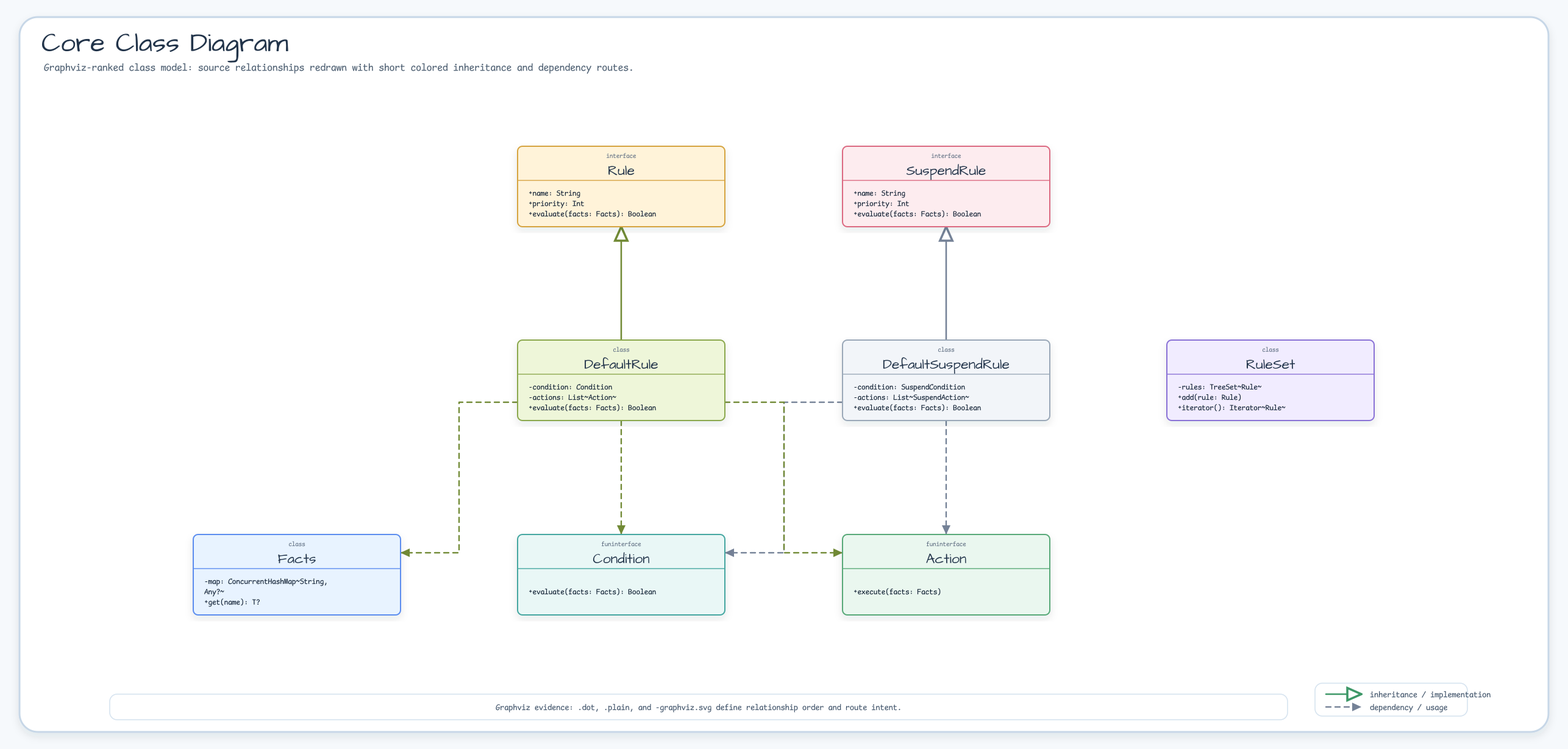
The Graphviz diagram docs/images/readme-diagrams/utils-rule-engine-diagram-02.png in bluetape4k/bluetape4k-projects, before a commit. Its source is kept beside it as docs/images/readme-diagrams/utils-rule-engine-diagram-02.dot.
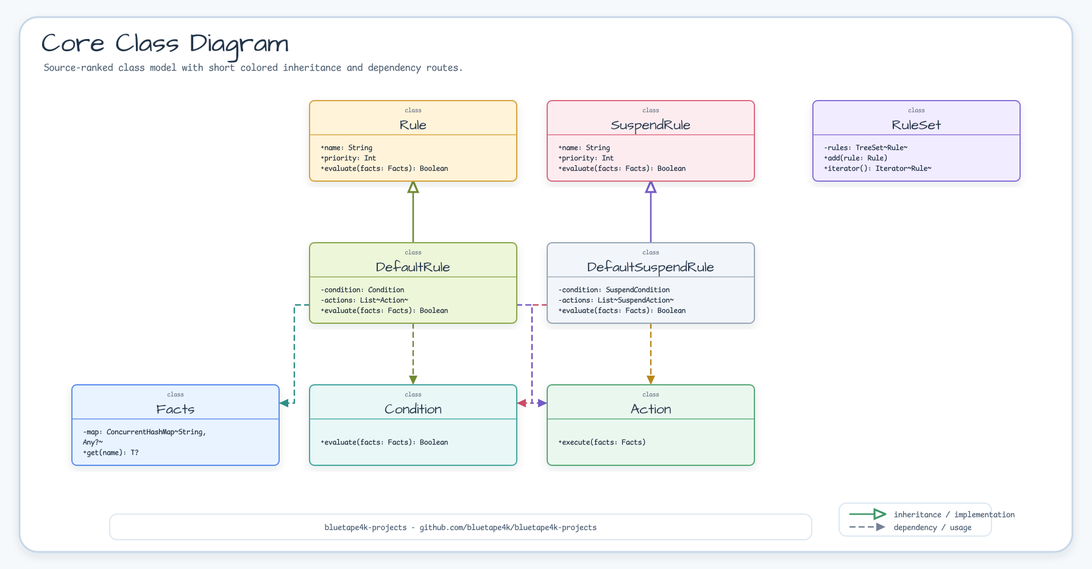
After the commit.

The edit, as a diff of the source:
```diff
@@ -10,12 +10,11 @@
   RuleSet [label="RuleSet", fillcolor="#F1ECFF", color="#8A72D6"];
   DefaultRule [label="DefaultRule", fillcolor="#EEF6D9", color="#8BA84D"];
   DefaultSuspendRule [label="DefaultSuspendRule", fillcolor="#F2F5F9", color="#9AA8B8"];
-  { rank=source; Rule; SuspendRule; }
-  DefaultRule -> Facts [color="#718A35", fontcolor="#718A35", style="dashed", arrowhead="none", weight=2];
-  DefaultSuspendRule -> Action [color="#758297", fontcolor="#758297", style="dashed", arrowhead="none", weight=2];
-  DefaultSuspendRule -> Condition [color="#758297", fontcolor="#758297", style="dashed", arrowhead="none", weight=2];
-  DefaultRule -> Action [color="#718A35", fontcolor="#718A35", style="dashed", arrowhead="none", weight=2];
+  DefaultRule -> Facts [color="#2E8F89", fontcolor="#2E8F89", style="dashed", arrowhead="none", weight=2];
+  DefaultSuspendRule -> Action [color="#B9851B", fontcolor="#B9851B", style="dashed", arrowhead="none", weight=2];
+  DefaultSuspendRule -> Condition [color="#C94D68", fontcolor="#C94D68", style="dashed", arrowhead="none", weight=2];
+  DefaultRule -> Action [color="#755BC6", fontcolor="#755BC6", style="dashed", arrowhead="none", weight=2];
   DefaultRule -> Condition [color="#718A35", fontcolor="#718A35", style="dashed", arrowhead="none", weight=2];
-  SuspendRule -> DefaultSuspendRule [color="#758297", fontcolor="#758297", style="solid", arrowhead="none", weight=10];
+  SuspendRule -> DefaultSuspendRule [color="#755BC6", fontcolor="#755BC6", style="solid", arrowhead="none", weight=10];
   Rule -> DefaultRule [color="#718A35", fontcolor="#718A35", style="solid", arrowhead="none", weight=10];
 }
```
